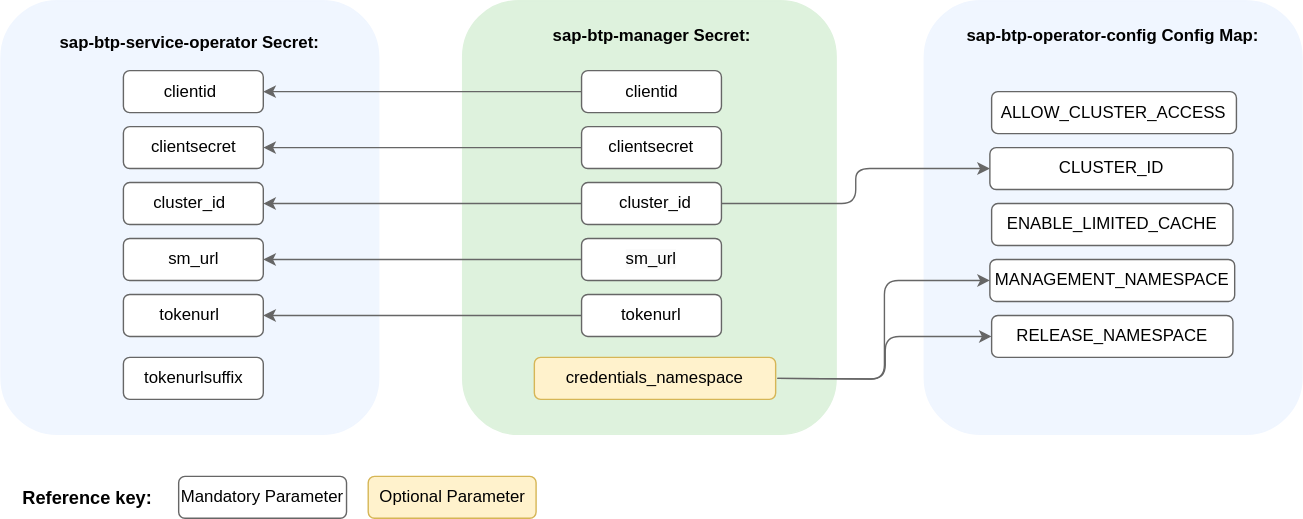
Earlier version of the draw.io export docs/assets/module_credentials_customized.drawio.svg (kyma-project/btp-manager). Source tidied: cells renumbered, new cells last; positions are measured from the earlier drawing's top-left corner, leaving out a move shared by most shapes.
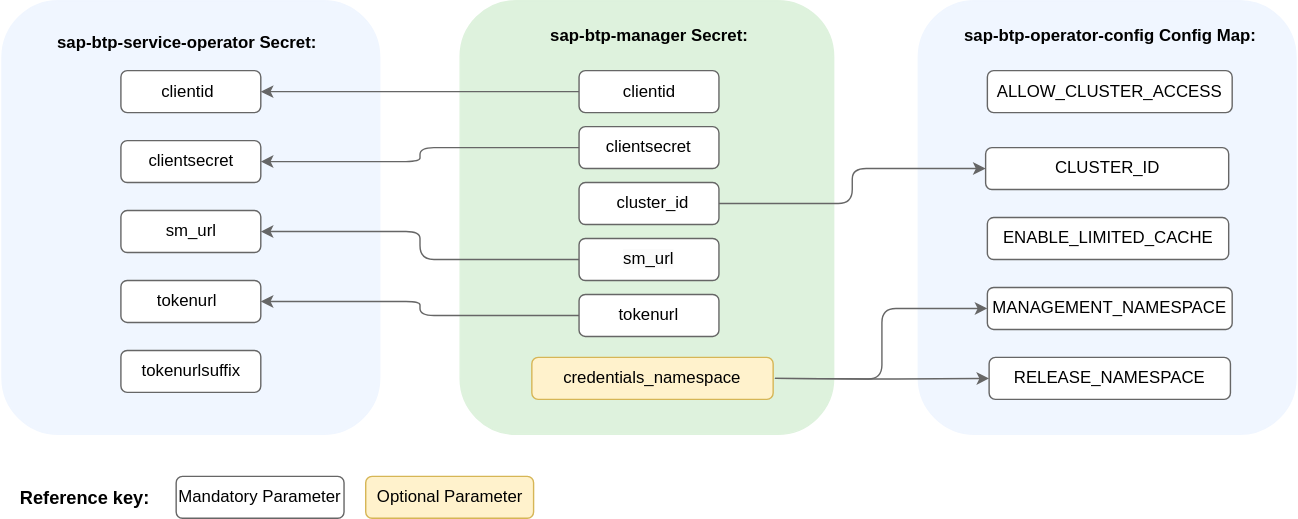
After the commit.

Commit message:
Sync the user docs with the module documentation on Help Portal (#981)

What changed in the source:
```diff
@@ -3,22 +3,19 @@
     <mxCell id="0" />
     <mxCell id="1" parent="0" />
     <mxCell id="2" style="rounded=1;whiteSpace=wrap;html=1;strokeColor=#f0f6ff;fillColor=#f0f6ff;" parent="1" vertex="1">
-      <mxGeometry x="660" width="270" height="310" as="geometry" />
+      <mxGeometry x="657.5" width="270" height="310" as="geometry" />
     </mxCell>
     <mxCell id="3" style="rounded=1;whiteSpace=wrap;html=1;strokeColor=#f0f6ff;fillColor=#f0f6ff;" parent="1" vertex="1">
-      <mxGeometry width="270" height="310" as="geometry" />
+      <mxGeometry x="2.5" width="270" height="310" as="geometry" />
     </mxCell>
     <mxCell id="4" style="rounded=1;whiteSpace=wrap;html=1;strokeColor=#666666;" parent="1" vertex="1">
-      <mxGeometry x="87.5" y="210" width="100" height="30" as="geometry" />
+      <mxGeometry x="87.5" y="200" width="100" height="30" as="geometry" />
     </mxCell>
     <mxCell id="5" value="&lt;span style=&quot;text-align: left;&quot;&gt;sm_url&lt;/span&gt;" style="rounded=1;whiteSpace=wrap;html=1;strokeColor=#666666;" parent="1" vertex="1">
-      <mxGeometry x="87.5" y="170" width="100" height="30" as="geometry" />
+      <mxGeometry x="87.5" y="150" width="100" height="30" as="geometry" />
     </mxCell>
-    <mxCell id="6" style="rounded=1;whiteSpace=wrap;html=1;strokeColor=#666666;" parent="1" vertex="1">
-      <mxGeometry x="87.5" y="130" width="100" height="30" as="geometry" />
-    </mxCell>
     <mxCell id="7" style="rounded=1;whiteSpace=wrap;html=1;strokeColor=#666666;" parent="1" vertex="1">
-      <mxGeometry x="87.5" y="90" width="100" height="30" as="geometry" />
+      <mxGeometry x="87.5" y="100" width="100" height="30" as="geometry" />
     </mxCell>
     <mxCell id="8" style="rounded=1;whiteSpace=wrap;html=1;strokeColor=#666666;" parent="1" vertex="1">
       <mxGeometry x="87.5" y="50" width="100" height="30" as="geometry" />
@@ -38,9 +35,6 @@
     <mxCell id="13" style="rounded=1;whiteSpace=wrap;html=1;strokeColor=#666666;" parent="1" vertex="1">
       <mxGeometry x="415" y="90" width="100" height="30" as="geometry" />
     </mxCell>
-    <mxCell id="14" style="edgeStyle=orthogonalEdgeStyle;rounded=1;jettySize=auto;html=1;entryX=1;entryY=0.5;entryDx=0;entryDy=0;curved=0;strokeColor=#666666;" parent="1" edge="1" source="15" target="6">
-      <mxGeometry relative="1" as="geometry" />
-    </mxCell>
     <mxCell id="15" style="rounded=1;whiteSpace=wrap;html=1;strokeColor=#666666;" parent="1" vertex="1">
       <mxGeometry x="415" y="130" width="100" height="30" as="geometry" />
     </mxCell>
@@ -78,40 +72,37 @@
       <mxGeometry x="425" y="215" width="80" height="20" as="geometry" />
     </mxCell>
     <mxCell id="27" value="&lt;div style=&quot;text-align: left;&quot;&gt;clientsecret&lt;/div&gt;" style="text;html=1;align=center;verticalAlign=middle;whiteSpace=wrap;rounded=0;" parent="1" vertex="1">
-      <mxGeometry x="97.5" y="95" width="80" height="20" as="geometry" />
+      <mxGeometry x="97.5" y="105" width="80" height="20" as="geometry" />
     </mxCell>
     <mxCell id="28" value="&lt;span style=&quot;text-align: left;&quot;&gt;clientid&lt;/span&gt;" style="text;html=1;align=center;verticalAlign=middle;whiteSpace=wrap;rounded=0;" parent="1" vertex="1">
       <mxGeometry x="97.5" y="55" width="75" height="20" as="geometry" />
     </mxCell>
-    <mxCell id="29" value="&lt;div style=&quot;text-align: left;&quot;&gt;cluster_id&lt;br&gt;&lt;/div&gt;" style="text;html=1;align=center;verticalAlign=middle;whiteSpace=wrap;rounded=0;" parent="1" vertex="1">
-      <mxGeometry x="95" y="135" width="80" height="20" as="geometry" />
-    </mxCell>
     <mxCell id="30" value="&lt;div style=&quot;text-align: left;&quot;&gt;tokenurl&lt;br&gt;&lt;/div&gt;" style="text;html=1;align=center;verticalAlign=middle;whiteSpace=wrap;rounded=0;" parent="1" vertex="1">
-      <mxGeometry x="95" y="215" width="80" height="20" as="geometry" />
+      <mxGeometry x="95" y="205" width="80" height="20" as="geometry" />
     </mxCell>
     <mxCell id="31" value="&lt;b&gt;sap-btp-service-operator Secret:&lt;/b&gt;" style="text;html=1;align=center;verticalAlign=middle;whiteSpace=wrap;rounded=0;" parent="1" vertex="1">
       <mxGeometry x="35" y="17.5" width="200" height="25" as="geometry" />
     </mxCell>
     <mxCell id="32" value="&lt;span style=&quot;text-align: left;&quot;&gt;tokenurlsuffix&lt;/span&gt;" style="rounded=1;whiteSpace=wrap;html=1;strokeColor=#666666;" parent="1" vertex="1">
-      <mxGeometry x="87.5" y="255" width="100" height="30" as="geometry" />
+      <mxGeometry x="87.5" y="250" width="100" height="30" as="geometry" />
     </mxCell>
     <mxCell id="33" value="&lt;span style=&quot;text-align: left;&quot;&gt;ENABLE_LIMITED_CACHE&lt;/span&gt;" style="rounded=1;whiteSpace=wrap;html=1;strokeColor=#666666;" parent="1" vertex="1">
-      <mxGeometry x="708.1" y="145" width="172.5" height="30" as="geometry" />
+      <mxGeometry x="706.9" y="155" width="172.5" height="30" as="geometry" />
     </mxCell>
     <mxCell id="34" value="&lt;b style=&quot;text-align: left;&quot;&gt;sap-btp-operator-config Config Map:&lt;/b&gt;" style="text;html=1;align=center;verticalAlign=middle;whiteSpace=wrap;rounded=0;" parent="1" vertex="1">
       <mxGeometry x="685" y="10" width="220" height="30" as="geometry" />
     </mxCell>
     <mxCell id="35" value="&lt;span style=&quot;text-align: left;&quot;&gt;MANAGEMENT_NAMESPACE&lt;/span&gt;" style="rounded=1;whiteSpace=wrap;html=1;strokeColor=#666666;" parent="1" vertex="1">
-      <mxGeometry x="706.9" y="185" width="175" height="30" as="geometry" />
+      <mxGeometry x="706.9" y="205" width="175" height="30" as="geometry" />
     </mxCell>
     <mxCell id="36" value="&lt;span style=&quot;text-align: left;&quot;&gt;RELEASE_NAMESPACE&lt;/span&gt;" style="rounded=1;whiteSpace=wrap;html=1;strokeColor=#666666;" parent="1" vertex="1">
-      <mxGeometry x="708.1" y="225" width="172.5" height="30" as="geometry" />
+      <mxGeometry x="708.1" y="255" width="172.5" height="30" as="geometry" />
     </mxCell>
     <mxCell id="37" value="&lt;span style=&quot;text-align: left;&quot;&gt;ALLOW_CLUSTER_ACCESS&lt;/span&gt;" style="rounded=1;whiteSpace=wrap;html=1;strokeColor=#666666;" parent="1" vertex="1">
-      <mxGeometry x="708.1" y="65" width="175" height="30" as="geometry" />
+      <mxGeometry x="706.9" y="50" width="175" height="30" as="geometry" />
     </mxCell>
     <mxCell id="38" value="&lt;span style=&quot;text-align: left;&quot;&gt;CLUSTER_ID&lt;/span&gt;" style="rounded=1;whiteSpace=wrap;html=1;strokeColor=#666666;" parent="1" vertex="1">
-      <mxGeometry x="706.9" y="105" width="173.8" height="30" as="geometry" />
+      <mxGeometry x="705.6" y="105" width="173.8" height="30" as="geometry" />
     </mxCell>
     <mxCell id="39" style="edgeStyle=orthogonalEdgeStyle;rounded=1;jettySize=auto;html=1;entryX=0;entryY=0.5;entryDx=0;entryDy=0;strokeColor=#666666;curved=0;" parent="1" edge="1" target="35">
       <mxGeometry relative="1" as="geometry">
```
